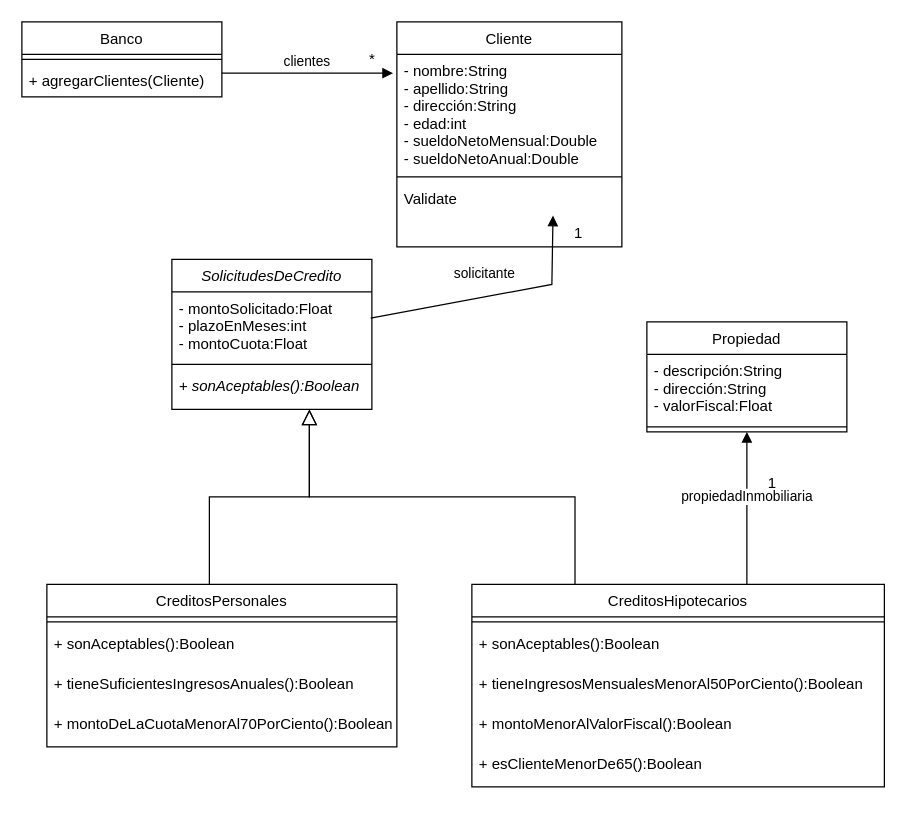
This is unq-po2-tp6-bancoYPrestamos.drawio from nhubczyk/Diagramas-UML, a draw.io file, before an edit. Source tidied: cells renumbered, new cells numbered last; positions are measured from the earlier drawing's top-left corner, leaving out a move shared by most shapes. Both pictures are drawn from the tidied source at 125%, with x=0, y=0 at pixel (21, 21).
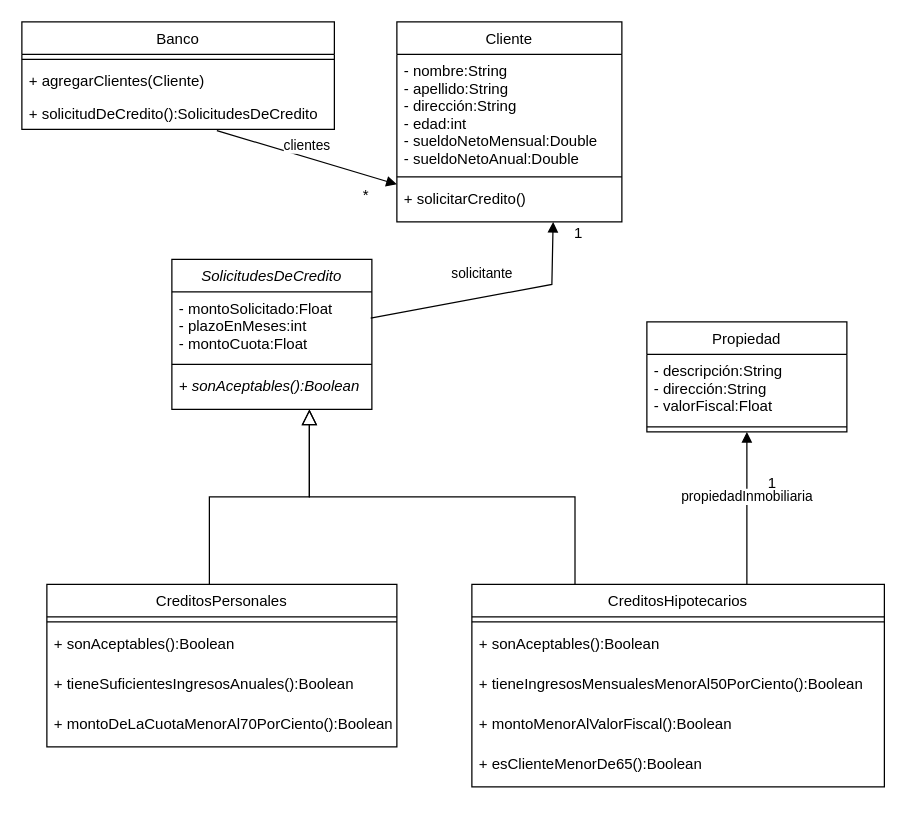
After the change.

The change refers to these unchanged cells:
```xml
<mxCell id="8" value="- nombre:String&#10;- apellido:String&#10;- dirección:String&#10;- edad:int&#10;- sueldoNetoMensual:Double&#10;- sueldoNetoAnual:Double" style="text;align=left;verticalAlign=top;spacingLeft=4;spacingRight=4;overflow=hidden;points=[[0,0.5],[1,0.5]];portConstraint=eastwest;" parent="7" vertex="1">
  <mxGeometry y="26" width="180" height="94" as="geometry" />
</mxCell>
<mxCell id="14" value="- montoSolicitado:Float&#10;- plazoEnMeses:int&#10;- montoCuota:Float&#10;" style="text;strokeColor=none;fillColor=none;align=left;verticalAlign=top;spacingLeft=4;spacingRight=4;overflow=hidden;points=[[0,0.5],[1,0.5]];portConstraint=eastwest;" parent="13" vertex="1">
  <mxGeometry y="26" width="160" height="54" as="geometry" />
</mxCell>
```

What changed in the source:
```diff
@@
     <mxCell id="2" value="Banco" style="swimlane;fontStyle=0;align=center;verticalAlign=top;horizontal=1;startSize=26;rounded=0;shadow=0;strokeWidth=1;" parent="1" vertex="1">
-      <mxGeometry width="160" height="60" as="geometry" />
+      <mxGeometry width="250" height="86" as="geometry" />
     </mxCell>
     <mxCell id="3" style="line;html=1;strokeWidth=1;align=left;verticalAlign=middle;spacingTop=-1;spacingLeft=3;spacingRight=3;labelPosition=right;" parent="2" vertex="1">
-      <mxGeometry y="26" width="160" height="8" as="geometry" />
+      <mxGeometry y="26" width="250" height="8" as="geometry" />
     </mxCell>
     <mxCell id="4" value="+ agregarClientes(Cliente)" style="text;align=left;verticalAlign=top;spacingLeft=4;spacingRight=4;overflow=hidden;" parent="2" vertex="1">
-      <mxGeometry y="34" width="160" height="26" as="geometry" />
+      <mxGeometry y="34" width="250" height="26" as="geometry" />
     </mxCell>
+    <mxCell id="35" value="+ solicitudDeCredito():SolicitudesDeCredito" style="text;align=left;verticalAlign=top;spacingLeft=4;spacingRight=4;overflow=hidden;points=[[0,0.5],[1,0.5]];portConstraint=eastwest;" parent="2" vertex="1">
+      <mxGeometry y="60" width="250" height="26" as="geometry" />
+    </mxCell>
@@
     <mxCell id="7" value="Cliente" style="swimlane;fontStyle=0;align=center;verticalAlign=top;horizontal=1;startSize=26;rounded=0;shadow=0;strokeWidth=1;" parent="1" vertex="1">
-      <mxGeometry x="300" width="180" height="180" as="geometry" />
+      <mxGeometry x="300" width="180" height="160" as="geometry" />
     </mxCell>
@@
-    <mxCell id="10" value="Validate" style="text;align=left;verticalAlign=top;spacingLeft=4;spacingRight=4;overflow=hidden;points=[[0,0.5],[1,0.5]];portConstraint=eastwest;" parent="7" vertex="1">
-      <mxGeometry y="128" width="180" height="26" as="geometry" />
-    </mxCell>
+    <mxCell id="36" value="+ solicitarCredito()" style="text;strokeColor=none;fillColor=none;align=left;verticalAlign=top;spacingLeft=4;spacingRight=4;overflow=hidden;fontStyle=0;" parent="7" vertex="1">
+      <mxGeometry y="128" width="180" height="32" as="geometry" />
+    </mxCell>
-    <mxCell id="11" value="clientes" style="html=1;verticalAlign=bottom;endArrow=block;rounded=0;entryX=-0.017;entryY=0.16;entryDx=0;entryDy=0;entryPerimeter=0;" parent="1" edge="1" target="8">
+    <mxCell id="11" value="clientes" style="html=1;verticalAlign=bottom;endArrow=block;rounded=0;exitX=0.624;exitY=1.038;exitDx=0;exitDy=0;exitPerimeter=0;" parent="1" edge="1" source="35">
       <mxGeometry relative="1" as="geometry">
-        <mxPoint x="160" y="41" as="sourcePoint" />
+        <mxPoint x="300" y="130" as="targetPoint" />
       </mxGeometry>
     </mxCell>
     <mxCell id="12" value="*" style="text;html=1;align=center;verticalAlign=middle;strokeColor=none;fillColor=none;" parent="1" vertex="1">
-      <mxGeometry x="265" y="15" width="30" height="30" as="geometry" />
+      <mxGeometry x="260" y="124" width="30" height="30" as="geometry" />
     </mxCell>
@@
-    <mxCell id="28" value="solicitante" style="html=1;verticalAlign=bottom;endArrow=block;rounded=0;entryX=0.694;entryY=1.038;entryDx=0;entryDy=0;entryPerimeter=0;exitX=0.994;exitY=0.389;exitDx=0;exitDy=0;exitPerimeter=0;" parent="1" edge="1" source="14" target="10">
+    <mxCell id="28" value="solicitante" style="html=1;verticalAlign=bottom;endArrow=block;rounded=0;exitX=0.994;exitY=0.389;exitDx=0;exitDy=0;exitPerimeter=0;" parent="1" edge="1" source="14">
       <mxGeometry x="-0.07" y="10" relative="1" as="geometry">
+        <mxPoint x="425" y="160" as="targetPoint" />
         <Array as="points">
           <mxPoint x="424" y="210" />
         </Array>
       </mxGeometry>
     </mxCell>
```
